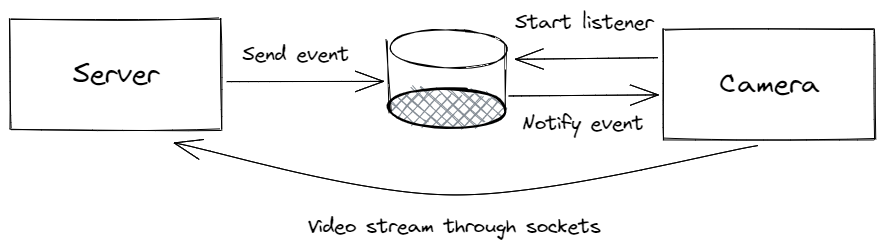
ttu/multi-camera-system keeps this Excalidraw diagram as docs/poc_communication.excalidraw.png. Above is the earlier version. Source tidied: one line per element, renumbered; positions are measured from the earlier drawing's top-left corner, leaving out a move shared by most shapes.
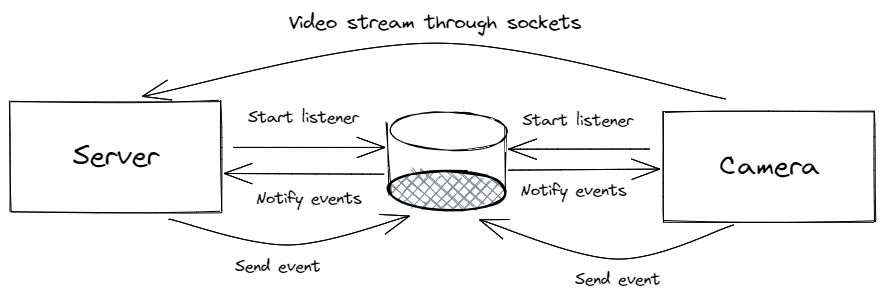
Later version of the same file.

Commit message:
Update camera status with events

The edit, as a diff of the source:
```diff
@@ -1,16 +1,22 @@
 {"id": 0, "type": "ellipse", "strokeColor": "#000000", "angle": 0.03, "strokeWidth": 1, "roughness": 1, "x": 379, "y": 19, "width": 118, "height": 39}
 {"id": 1, "type": "ellipse", "strokeColor": "#000000", "angle": 0.03, "backgroundColor": "#868e96", "fillStyle": "cross-hatch", "strokeWidth": 2, "roughness": 1, "x": 378, "y": 78, "width": 118, "height": 39}
-{"id": 2, "type": "line", "strokeColor": "#000000", "angle": 0.03, "strokeWidth": 1, "roughness": 1, "x": 376, "y": 31, "width": 5, "height": 71, "points": [[0, 0], [5, 71]]}
+{"id": 2, "type": "line", "strokeColor": "#000000", "angle": 0.03, "strokeWidth": 1, "roughness": 1, "round": true, "x": 376, "y": 31, "width": 5, "height": 71, "points": [[0, 0], [5, 71]]}
-{"id": 3, "type": "line", "strokeColor": "#000000", "angle": 0.03, "strokeWidth": 1, "roughness": 1, "x": 494, "y": 34, "width": 2, "height": 66, "points": [[0, 0], [2, 66]]}
+{"id": 3, "type": "line", "strokeColor": "#000000", "angle": 0.03, "strokeWidth": 1, "roughness": 1, "round": true, "x": 494, "y": 34, "width": 2, "height": 66, "points": [[0, 0], [2, 66]]}
 {"id": 4, "type": "rectangle", "strokeColor": "#000000", "strokeWidth": 1, "roughness": 1, "x": 0, "y": 9, "width": 211, "height": 111}
 {"id": 5, "type": "text", "text": "Server", "strokeColor": "#000000", "strokeWidth": 1, "roughness": 1, "fontSize": 28, "fontFamily": 1, "textAlign": "center", "x": 62, "y": 47, "width": 88, "height": 35}
-{"id": 6, "type": "arrow", "strokeColor": "#000000", "backgroundColor": "#fa5252", "fillStyle": "cross-hatch", "strokeWidth": 1, "roughness": 0, "endArrowhead": "arrow", "from": 4, "x": 217, "y": 72, "width": 157, "height": 0, "points": [[0, 0], [157, 0]]}
+{"id": 6, "type": "arrow", "strokeColor": "#000000", "backgroundColor": "#fa5252", "fillStyle": "cross-hatch", "strokeWidth": 1, "roughness": 0, "endArrowhead": "arrow", "round": true, "from": 4, "to": 0, "x": 223, "y": 55, "width": 152, "height": 0, "points": [[0, 0], [152, 0]]}
-{"id": 7, "type": "arrow", "strokeColor": "#000000", "backgroundColor": "#fa5252", "fillStyle": "cross-hatch", "strokeWidth": 1, "roughness": 0, "endArrowhead": "arrow", "from": 1, "to": 8, "x": 499, "y": 86, "width": 149, "height": 1, "points": [[0, 0], [149, -1]]}
+{"id": 7, "type": "arrow", "strokeColor": "#000000", "backgroundColor": "#fa5252", "fillStyle": "cross-hatch", "strokeWidth": 1, "roughness": 0, "endArrowhead": "arrow", "round": true, "from": 1, "to": 8, "x": 498, "y": 78, "width": 152, "height": 1, "points": [[0, 0], [152, -1]]}
 {"id": 8, "type": "rectangle", "strokeColor": "#000000", "strokeWidth": 1, "roughness": 1, "x": 653, "y": 19, "width": 211, "height": 111}
 {"id": 9, "type": "text", "text": "Camera", "strokeColor": "#000000", "strokeWidth": 1, "roughness": 1, "fontSize": 28, "fontFamily": 1, "textAlign": "center", "verticalAlign": "middle", "x": 709, "y": 57, "width": 102, "height": 35}
-{"id": 10, "type": "text", "text": "Video stream through sockets", "strokeColor": "#000000", "strokeWidth": 1, "roughness": 0, "fontSize": 20, "fontFamily": 1, "textAlign": "center", "x": 297, "y": 204, "width": 295, "height": 25}
+{"id": 10, "type": "text", "text": "Video stream through sockets", "strokeColor": "#000000", "strokeWidth": 1, "roughness": 0, "fontSize": 20, "fontFamily": 1, "textAlign": "center", "x": 278, "y": -82, "width": 295, "height": 25}
-{"id": 11, "type": "arrow", "strokeColor": "#000000", "strokeWidth": 1, "roughness": 0, "endArrowhead": "arrow", "from": 8, "to": 4, "x": 748, "y": 136, "width": 584, "height": 52, "points": [[0, 0], [-304, 49], [-584, -3]]}
+{"id": 11, "type": "arrow", "strokeColor": "#000000", "strokeWidth": 1, "roughness": 0, "endArrowhead": "arrow", "round": true, "from": 8, "to": 4, "x": 716, "y": 7, "width": 584, "height": 56, "points": [[0, 0], [-289, -56], [-584, -3]]}
-{"id": 12, "type": "text", "text": "Send event", "strokeColor": "#000000", "strokeWidth": 1, "roughness": 0, "fontSize": 20, "fontFamily": 1, "x": 232, "y": 32, "width": 109, "height": 25}
+{"id": 12, "type": "text", "text": "Send event", "strokeColor": "#000000", "strokeWidth": 1, "roughness": 0, "fontSize": 16, "fontFamily": 1, "x": 565, "y": 178, "width": 87, "height": 20}
-{"id": 13, "type": "text", "text": "Notify event", "strokeColor": "#000000", "strokeWidth": 1, "roughness": 0, "fontSize": 20, "fontFamily": 1, "x": 512, "y": 101, "width": 124, "height": 25}
+{"id": 13, "type": "text", "text": "Notify events", "strokeColor": "#000000", "strokeWidth": 1, "roughness": 0, "fontSize": 16, "fontFamily": 1, "x": 510, "y": 89, "width": 108, "height": 20}
-{"id": 14, "type": "arrow", "strokeColor": "#000000", "backgroundColor": "#fa5252", "fillStyle": "cross-hatch", "strokeWidth": 1, "roughness": 0, "endArrowhead": "arrow", "from": 8, "to": 0, "x": 648, "y": 48, "width": 143, "height": 2, "points": [[0, 0], [-143, 2]]}
+{"id": 14, "type": "arrow", "strokeColor": "#000000", "backgroundColor": "#fa5252", "fillStyle": "cross-hatch", "strokeWidth": 1, "roughness": 0, "endArrowhead": "arrow", "round": true, "from": 8, "to": 0, "x": 640, "y": 57, "width": 141, "height": 0, "points": [[0, 0], [-141, 0]]}
-{"id": 15, "type": "text", "text": "Start listener", "strokeColor": "#000000", "strokeWidth": 1, "roughness": 0, "fontSize": 20, "fontFamily": 1, "x": 505, "y": 0, "width": 140, "height": 25}
+{"id": 15, "type": "text", "text": "Start listener", "strokeColor": "#000000", "strokeWidth": 1, "roughness": 0, "fontSize": 16, "fontFamily": 1, "x": 512, "y": 19, "width": 113, "height": 20}
+{"id": 16, "type": "arrow", "strokeColor": "#000000", "strokeWidth": 1, "roughness": 0, "endArrowhead": "arrow", "round": true, "from": 4, "to": 1, "x": 159, "y": 127, "width": 241, "height": 29, "points": [[0, 0], [120, 26], [241, -3]]}
+{"id": 17, "type": "arrow", "strokeColor": "#000000", "strokeWidth": 1, "roughness": 0, "endArrowhead": "arrow", "round": true, "from": 8, "to": 1, "x": 724, "y": 133, "width": 254, "height": 39, "points": [[0, 0], [-117, 34], [-254, -5]]}
+{"id": 18, "type": "text", "text": "Start listener", "strokeColor": "#000000", "strokeWidth": 1, "roughness": 0, "fontSize": 16, "fontFamily": 1, "x": 238, "y": 16, "width": 113, "height": 20}
+{"id": 19, "type": "text", "text": "Notify events", "strokeColor": "#000000", "strokeWidth": 1, "roughness": 0, "fontSize": 16, "fontFamily": 1, "x": 246, "y": 96, "width": 108, "height": 20}
+{"id": 20, "type": "text", "text": "Send event", "strokeColor": "#000000", "strokeWidth": 1, "roughness": 0, "fontSize": 16, "fontFamily": 1, "x": 225, "y": 164, "width": 87, "height": 20}
+{"id": 21, "type": "arrow", "strokeColor": "#000000", "strokeWidth": 1, "roughness": 0, "endArrowhead": "arrow", "round": true, "from": 1, "to": 4, "x": 374, "y": 82, "width": 160, "height": 1, "points": [[0, 0], [-160, -1]]}
```
